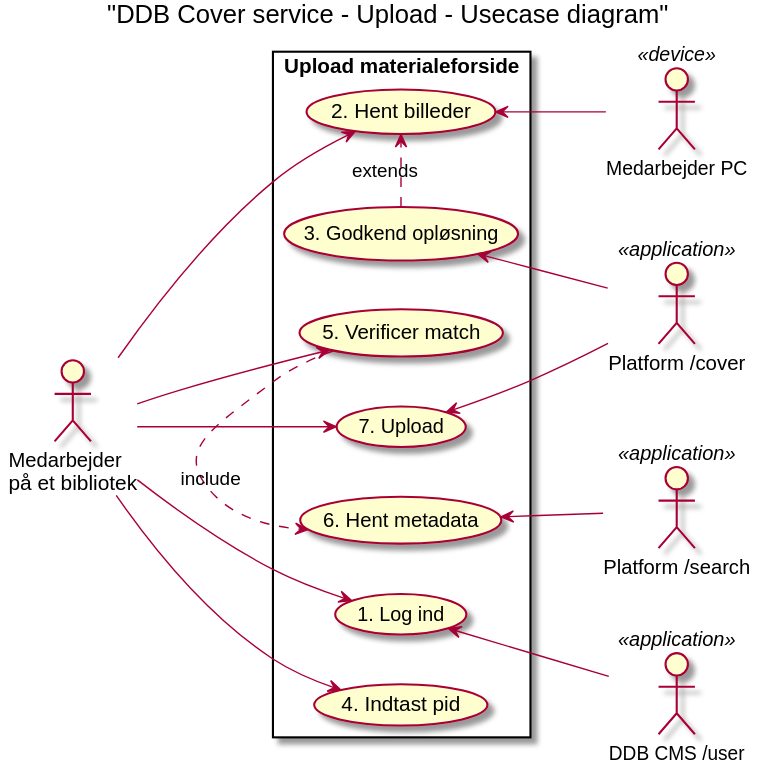
danskernesdigitalebibliotek/plantuml keeps this PlantUML diagram as docs/services/cover/material_cover-upload_usecase_diagram.svg. Above is the earlier version.
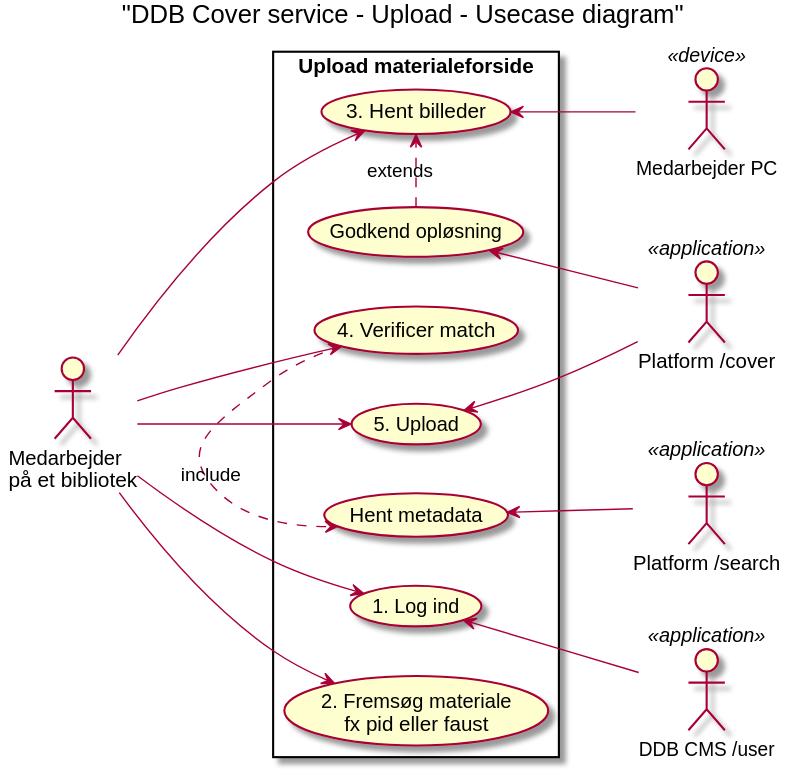
The same file after the commit.

The edit, as a diff of the source:
```diff
@@ -17,18 +17,18 @@
     :medarbejder: --> (1. Log ind)
     (1. Log ind) <-- :login:
 
-    :medarbejder: --> (2. Hent billeder)
-    (3. Godkend opløsning) <-- :cover:
-    (2. Hent billeder) <-- :computer:
-    (3. Godkend opløsning) .> (2. Hent billeder) : extends
-    :medarbejder: --> (4. Indtast pid)
+    :medarbejder: --> (3. Hent billeder)
+    (Godkend opløsning) <-- :cover:
+    (3. Hent billeder) <-- :computer:
+    (Godkend opløsning) .> (3. Hent billeder) : extends
+    :medarbejder: --> (2. Fremsøg materiale \n fx pid eller faust )
 
-    :medarbejder: --> (5. Verificer match)
-    (5. Verificer match) .> (6. Hent metadata) : include
-    (6. Hent metadata) <-- :search:
+    :medarbejder: --> (4. Verificer match)
+    (4. Verificer match) .> (Hent metadata) : include
+    (Hent metadata) <-- :search:
 
-    :medarbejder: --> (7. Upload)
-    (7. Upload) <-- :cover:
+    :medarbejder: --> (5. Upload)
+    (5. Upload) <-- :cover:
 }
 
 @enduml
```
